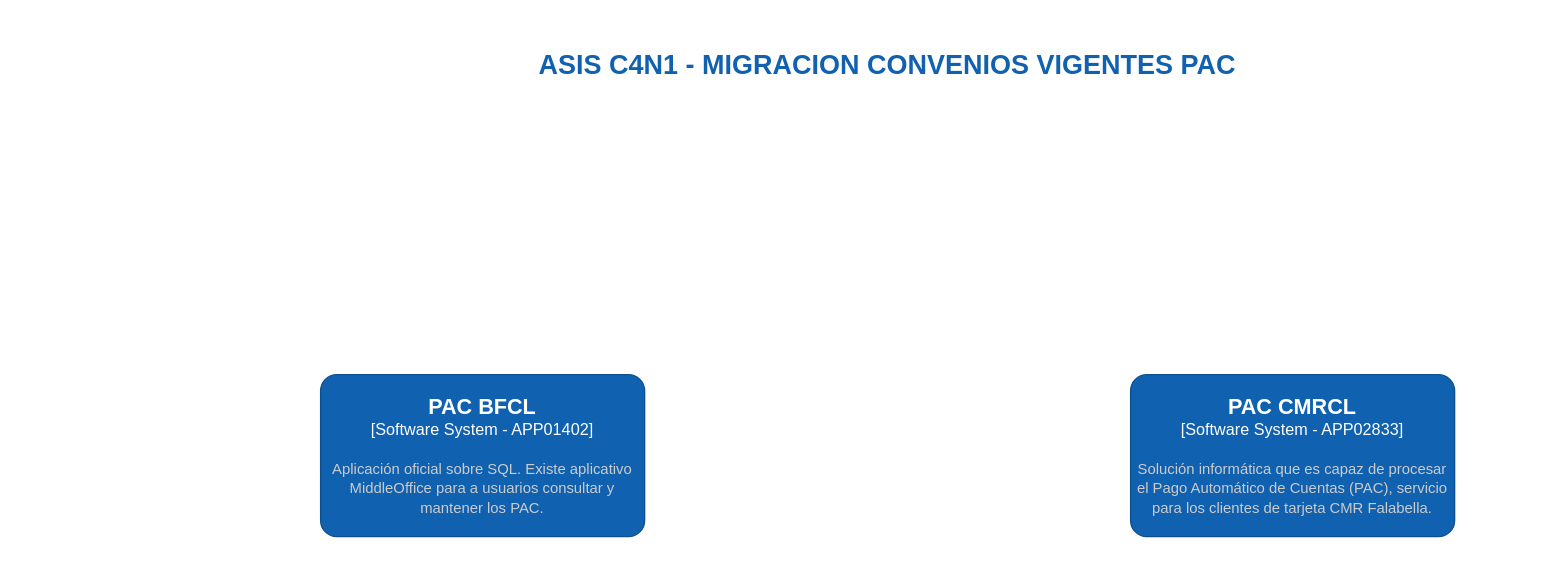
This is Diagramas/ASIS C4N1 MIGRACION CONVENIOS VIGENTES PAC.drawio from nconcha/Work, a draw.io file, before an edit. Source tidied: cells renumbered, new cells numbered last; positions are measured from the earlier drawing's top-left corner, leaving out a move shared by most shapes. Both pictures are drawn from the tidied source at 135%, with x=0, y=0 at pixel (320, 23).
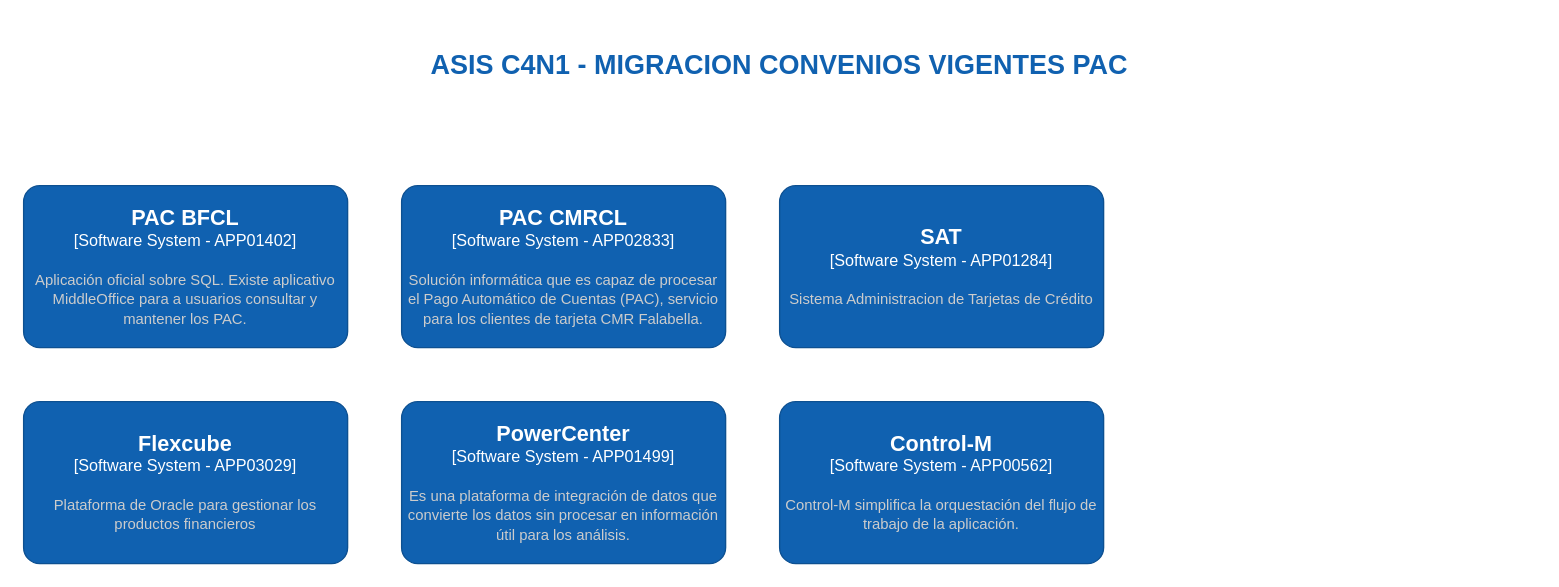
After the change.

Commit message:
add SAT, Flexcube, PowerCenter, Control-M to ASIS C4N1 diagram

Change to the diagram source:
```diff
@@
 <mxGraphModel>
   <root>
     <mxCell id="0" />
     <mxCell id="1" parent="0" />
     <mxCell id="2" value="ASIS C4N1 - MIGRACION CONVENIOS VIGENTES PAC" style="text;html=1;strokeColor=none;fillColor=none;align=center;verticalAlign=middle;whiteSpace=wrap;rounded=0;fontSize=20;fontStyle=1;fontColor=#1061B0;" parent="1" vertex="1">
-      <mxGeometry x="20" width="800" height="60" as="geometry" />
+      <mxGeometry x="-220" width="1120" height="60" as="geometry" />
     </mxCell>
     <object id="3" label="&lt;font style=&quot;font-size: 16px&quot;&gt;&lt;b&gt;%c4Name%&lt;/b&gt;&lt;/font&gt;&lt;div&gt;[%c4Type%]&lt;/div&gt;&lt;br&gt;&lt;div&gt;&lt;font style=&quot;font-size: 11px&quot;&gt;&lt;font color=&quot;#cccccc&quot;&gt;%c4Description%&lt;/font&gt;&lt;/div&gt;" c4Description="Aplicación oficial sobre SQL. Existe aplicativo MiddleOffice para a usuarios consultar y mantener los PAC." c4Name="PAC BFCL" c4Type="Software System - APP01402" placeholders="1">
       <mxCell style="rounded=1;whiteSpace=wrap;html=1;labelBackgroundColor=none;fillColor=#1061B0;fontColor=#ffffff;align=center;arcSize=10;strokeColor=#0D5091;" parent="1" vertex="1">
-        <mxGeometry y="260" width="240" height="120" as="geometry" />
+        <mxGeometry x="-220" y="120" width="240" height="120" as="geometry" />
       </mxCell>
     </object>
     <object id="4" label="&lt;font style=&quot;font-size: 16px&quot;&gt;&lt;b&gt;%c4Name%&lt;/b&gt;&lt;/font&gt;&lt;div&gt;[%c4Type%]&lt;/div&gt;&lt;br&gt;&lt;div&gt;&lt;font style=&quot;font-size: 11px&quot;&gt;&lt;font color=&quot;#cccccc&quot;&gt;%c4Description%&lt;/font&gt;&lt;/div&gt;" c4Description="Solución informática que es capaz de procesar el Pago Automático de Cuentas (PAC), servicio para los clientes de tarjeta CMR Falabella." c4Name="PAC CMRCL" c4Type="Software System - APP02833" placeholders="1">
       <mxCell style="rounded=1;whiteSpace=wrap;html=1;labelBackgroundColor=none;fillColor=#1061B0;fontColor=#ffffff;align=center;arcSize=10;strokeColor=#0D5091;" parent="1" vertex="1">
-        <mxGeometry x="600" y="260" width="240" height="120" as="geometry" />
+        <mxGeometry x="60" y="120" width="240" height="120" as="geometry" />
       </mxCell>
     </object>
+    <object id="5" label="&lt;font style=&quot;font-size: 16px&quot;&gt;&lt;b&gt;%c4Name%&lt;/b&gt;&lt;/font&gt;&lt;div&gt;[%c4Type%]&lt;/div&gt;&lt;br&gt;&lt;div&gt;&lt;font style=&quot;font-size: 11px&quot;&gt;&lt;font color=&quot;#cccccc&quot;&gt;%c4Description%&lt;/font&gt;&lt;/div&gt;" c4Description="Sistema Administracion de Tarjetas de Crédito" c4Name="SAT" c4Type="Software System - APP01284" placeholders="1">
+      <mxCell style="rounded=1;whiteSpace=wrap;html=1;labelBackgroundColor=none;fillColor=#1061B0;fontColor=#ffffff;align=center;arcSize=10;strokeColor=#0D5091;" parent="1" vertex="1">
+        <mxGeometry x="340" y="120" width="240" height="120" as="geometry" />
+      </mxCell>
+    </object>
+    <object id="6" label="&lt;font style=&quot;font-size: 16px&quot;&gt;&lt;b&gt;%c4Name%&lt;/b&gt;&lt;/font&gt;&lt;div&gt;[%c4Type%]&lt;/div&gt;&lt;br&gt;&lt;div&gt;&lt;font style=&quot;font-size: 11px&quot;&gt;&lt;font color=&quot;#cccccc&quot;&gt;%c4Description%&lt;/font&gt;&lt;/div&gt;" c4Description="Plataforma de Oracle para gestionar los productos financieros" c4Name="Flexcube" c4Type="Software System - APP03029" placeholders="1">
+      <mxCell style="rounded=1;whiteSpace=wrap;html=1;labelBackgroundColor=none;fillColor=#1061B0;fontColor=#ffffff;align=center;arcSize=10;strokeColor=#0D5091;" parent="1" vertex="1">
+        <mxGeometry x="-220" y="280" width="240" height="120" as="geometry" />
+      </mxCell>
+    </object>
+    <object id="7" label="&lt;font style=&quot;font-size: 16px&quot;&gt;&lt;b&gt;%c4Name%&lt;/b&gt;&lt;/font&gt;&lt;div&gt;[%c4Type%]&lt;/div&gt;&lt;br&gt;&lt;div&gt;&lt;font style=&quot;font-size: 11px&quot;&gt;&lt;font color=&quot;#cccccc&quot;&gt;%c4Description%&lt;/font&gt;&lt;/div&gt;" c4Description="Es una plataforma de integración de datos que convierte los datos sin procesar en información útil para los análisis." c4Name="PowerCenter" c4Type="Software System - APP01499" placeholders="1">
+      <mxCell style="rounded=1;whiteSpace=wrap;html=1;labelBackgroundColor=none;fillColor=#1061B0;fontColor=#ffffff;align=center;arcSize=10;strokeColor=#0D5091;" parent="1" vertex="1">
+        <mxGeometry x="60" y="280" width="240" height="120" as="geometry" />
+      </mxCell>
+    </object>
+    <object id="8" label="&lt;font style=&quot;font-size: 16px&quot;&gt;&lt;b&gt;%c4Name%&lt;/b&gt;&lt;/font&gt;&lt;div&gt;[%c4Type%]&lt;/div&gt;&lt;br&gt;&lt;div&gt;&lt;font style=&quot;font-size: 11px&quot;&gt;&lt;font color=&quot;#cccccc&quot;&gt;%c4Description%&lt;/font&gt;&lt;/div&gt;" c4Description="Control-M simplifica la orquestación del flujo de trabajo de la aplicación." c4Name="Control-M" c4Type="Software System - APP00562" placeholders="1">
+      <mxCell style="rounded=1;whiteSpace=wrap;html=1;labelBackgroundColor=none;fillColor=#1061B0;fontColor=#ffffff;align=center;arcSize=10;strokeColor=#0D5091;" parent="1" vertex="1">
+        <mxGeometry x="340" y="280" width="240" height="120" as="geometry" />
+      </mxCell>
+    </object>
   </root>
 </mxGraphModel>
```
